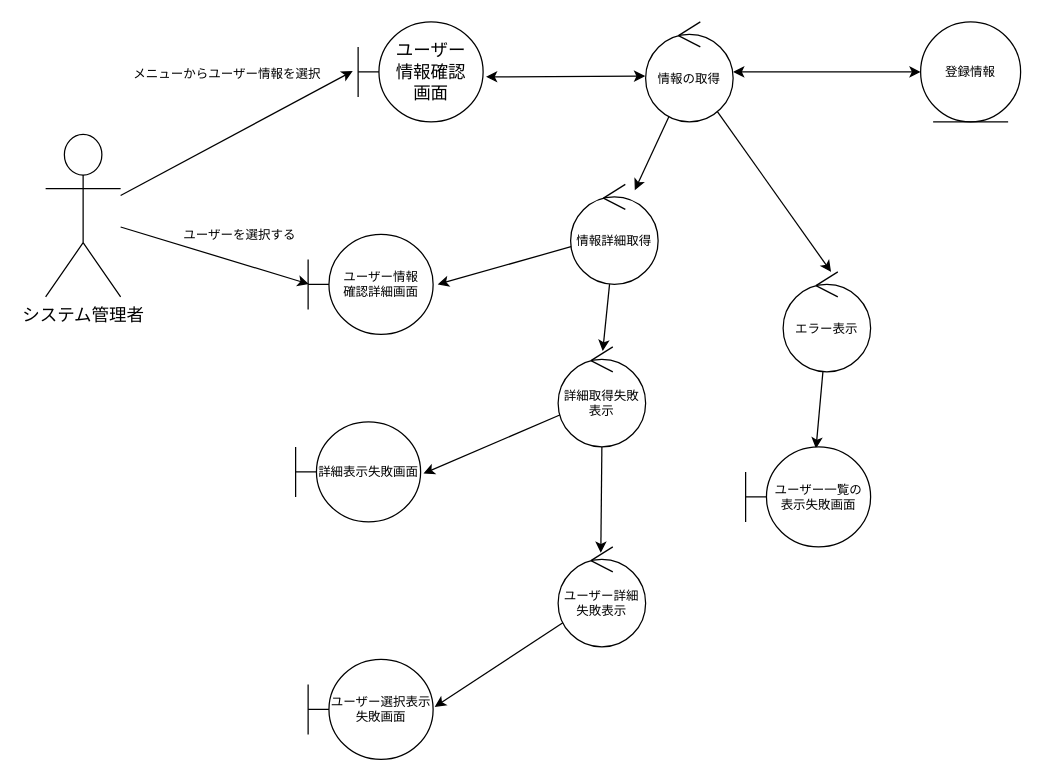
Before: page "ユーザー登録情報確認" (4 of 8) of out/ロバストネス図/システム管理者-ロバストネス図.drawio in ksw2270227/GroupF, a draw.io diagram. Source tidied: cells renumbered, new cells numbered last; positions are measured from the earlier drawing's top-left corner, leaving out a move shared by most shapes. Both pictures are drawn from the tidied source at 125%, with x=0, y=0 at pixel (45, 21).
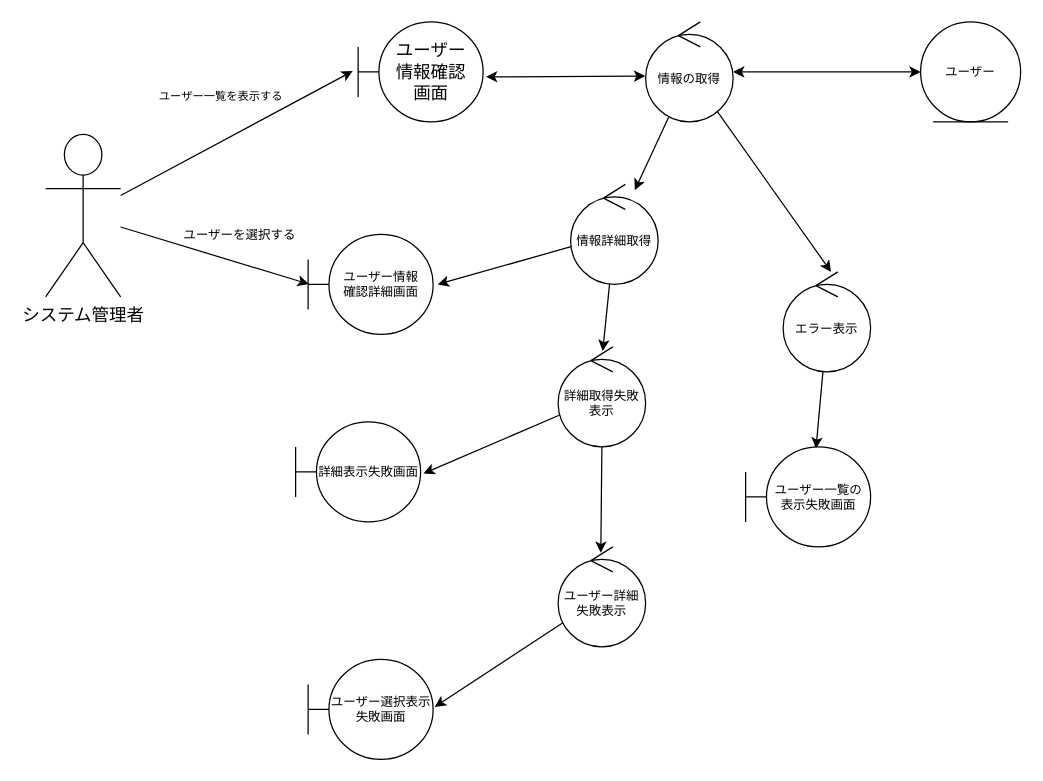
The same diagram, later.

Diff of the diagram source:
```diff
@@
-    <mxCell id="6" value="&lt;font style=&quot;font-size: 10px;&quot;&gt;メニューからユーザー情報を選択&lt;/font&gt;" style="text;html=1;align=center;verticalAlign=middle;strokeColor=none;fillColor=none;fontSize=14;" parent="1" vertex="1">
-      <mxGeometry x="60" y="25" width="170" height="30" as="geometry" />
-    </mxCell>
@@
-    <mxCell id="10" value="登録情報" style="ellipse;shape=umlEntity;whiteSpace=wrap;html=1;fontSize=10;" parent="1" vertex="1">
+    <mxCell id="10" value="ユーザー" style="ellipse;shape=umlEntity;whiteSpace=wrap;html=1;fontSize=10;" parent="1" vertex="1">
       <mxGeometry x="700" width="80" height="80" as="geometry" />
     </mxCell>
@@
+    <mxCell id="28" value="ユーザー一覧を表示する&lt;br&gt;" style="text;html=1;align=center;verticalAlign=middle;strokeColor=none;fillColor=none;fontSize=9;" parent="1" vertex="1">
+      <mxGeometry x="80" y="50" width="120" height="20" as="geometry" />
+    </mxCell>
```
